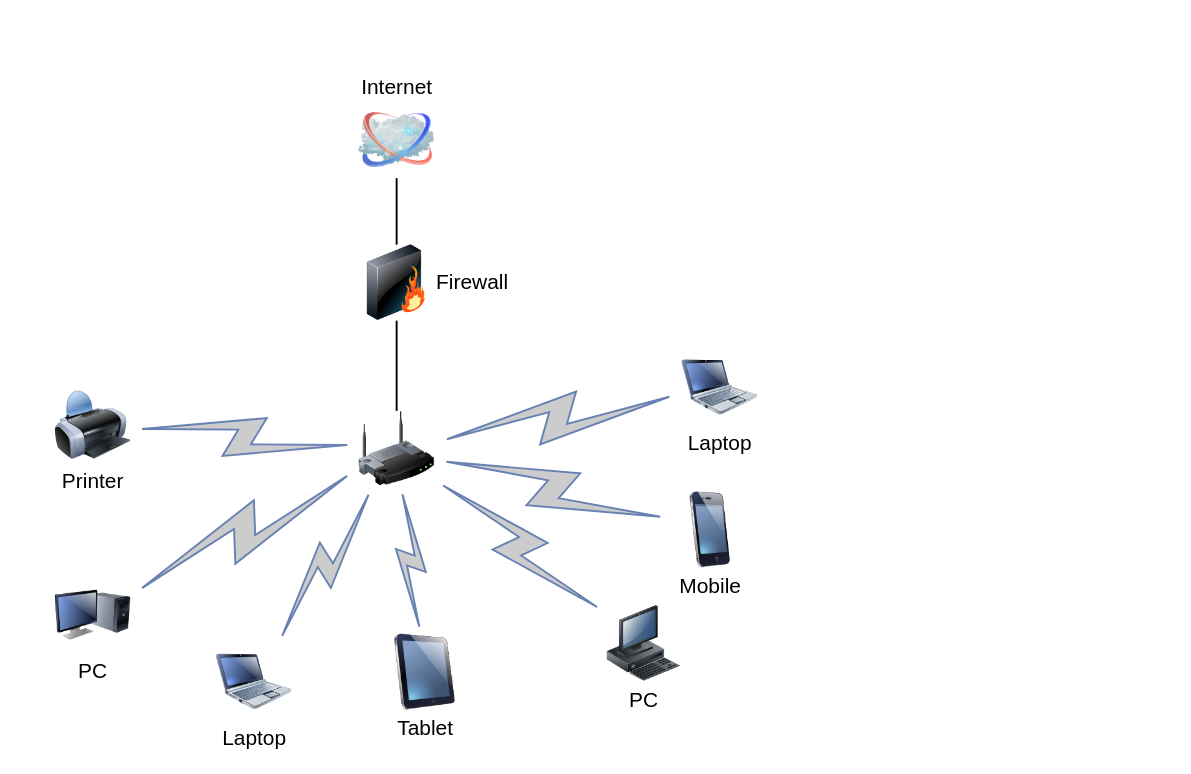
This is Diagrama sem nome.drawio from isaque1309/Isaquee7, a draw.io file, before an edit. Source tidied: cells renumbered, new cells numbered last; positions are measured from the earlier drawing's top-left corner, leaving out a move shared by most shapes. Both pictures are drawn from the tidied source at 95%, with x=0, y=0 at pixel (54, 102).
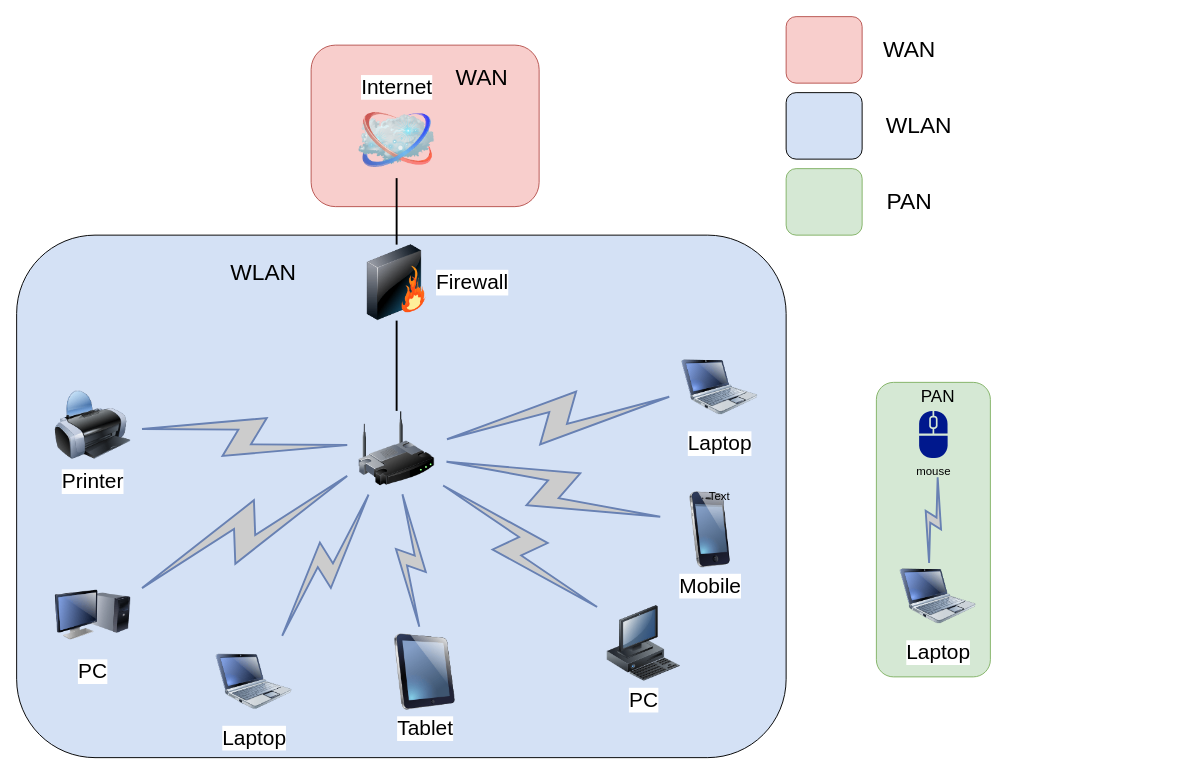
Above is the later version.

Commit message:
diagrama domestico

What changed in the source:
```diff
@@
+    <mxCell id="21" style="rounded=1;whiteSpace=wrap;html=1;fillColor=#d5e8d4;strokeColor=#82b366;" parent="1" vertex="1">
+      <mxGeometry x="865" y="295" width="120" height="310" as="geometry" />
+    </mxCell>
+    <mxCell id="22" style="rounded=1;whiteSpace=wrap;html=1;fillColor=#f8cecc;strokeColor=#b85450;" parent="1" vertex="1">
+      <mxGeometry x="270" y="-60" width="240" height="170" as="geometry" />
+    </mxCell>
+    <mxCell id="23" style="rounded=1;whiteSpace=wrap;html=1;fillColor=light-dark(#D4E1F5,var(--ge-dark-color, #121212));" parent="1" vertex="1">
+      <mxGeometry x="-40" y="140" width="810" height="550" as="geometry" />
+    </mxCell>
@@
+    <mxCell id="24" value="mouse&lt;div&gt;&lt;br&gt;&lt;/div&gt;" style="sketch=0;shadow=0;dashed=0;html=1;strokeColor=none;labelPosition=center;verticalLabelPosition=bottom;verticalAlign=top;align=center;fillColor=#00188D;shape=mxgraph.mscae.enterprise.mouse;" parent="1" vertex="1">
+      <mxGeometry x="910" y="325" width="30" height="50" as="geometry" />
+    </mxCell>
+    <mxCell id="25" value="Text" style="text;html=1;align=center;verticalAlign=middle;whiteSpace=wrap;rounded=0;" parent="1" vertex="1">
+      <mxGeometry x="670" y="400" width="60" height="30" as="geometry" />
+    </mxCell>
+    <mxCell id="26" value="&lt;font style=&quot;font-size: 24px;&quot;&gt;WLAN&lt;/font&gt;" style="text;html=1;align=center;verticalAlign=middle;whiteSpace=wrap;rounded=0;" parent="1" vertex="1">
+      <mxGeometry x="170" y="160" width="100" height="40" as="geometry" />
+    </mxCell>
+    <mxCell id="27" value="&lt;font style=&quot;font-size: 24px;&quot;&gt;WAN&lt;/font&gt;" style="text;html=1;align=center;verticalAlign=middle;whiteSpace=wrap;rounded=0;" parent="1" vertex="1">
+      <mxGeometry x="420" y="-40" width="60" height="30" as="geometry" />
+    </mxCell>
+    <mxCell id="28" value="Laptop" style="image;html=1;labelBackgroundColor=#ffffff;image=img/lib/clip_art/computers/Netbook_128x128.png;rounded=1;shadow=0;comic=0;strokeColor=#000000;strokeWidth=2;fillColor=#FFFFFF;fontSize=22;fontColor=#000000;" parent="1" vertex="1">
+      <mxGeometry x="890" y="480" width="80" height="80" as="geometry" />
+    </mxCell>
+    <mxCell id="29" style="html=1;fillColor=#CCCCCC;strokeColor=#6881B3;gradientColor=none;gradientDirection=north;strokeWidth=2;shape=mxgraph.networks.comm_link_edge;html=1;labelBackgroundColor=none;endArrow=none;fontFamily=Verdana;fontSize=22;fontColor=#000000;" parent="1" edge="1">
+      <mxGeometry relative="1" as="geometry">
+        <mxPoint x="930" y="390" as="sourcePoint" />
+        <mxPoint x="920" y="490" as="targetPoint" />
+        <Array as="points">
+          <mxPoint x="1160" y="462" />
+        </Array>
+      </mxGeometry>
+    </mxCell>
+    <mxCell id="30" value="&lt;font style=&quot;font-size: 18px;&quot;&gt;PAN&lt;/font&gt;" style="text;html=1;align=center;verticalAlign=middle;whiteSpace=wrap;rounded=0;" parent="1" vertex="1">
+      <mxGeometry x="900" y="295" width="60" height="30" as="geometry" />
+    </mxCell>
+    <mxCell id="31" style="rounded=1;whiteSpace=wrap;html=1;fillColor=#f8cecc;strokeColor=#b85450;" parent="1" vertex="1">
+      <mxGeometry x="770" y="-90" width="80" height="70" as="geometry" />
+    </mxCell>
+    <mxCell id="32" style="rounded=1;whiteSpace=wrap;html=1;fillColor=light-dark(#D4E1F5,var(--ge-dark-color, #121212));" parent="1" vertex="1">
+      <mxGeometry x="770" y="-10" width="80" height="70" as="geometry" />
+    </mxCell>
+    <mxCell id="33" style="rounded=1;whiteSpace=wrap;html=1;fillColor=#d5e8d4;strokeColor=#82b366;" parent="1" vertex="1">
+      <mxGeometry x="770" y="70" width="80" height="70" as="geometry" />
+    </mxCell>
+    <mxCell id="34" value="&lt;font style=&quot;font-size: 24px;&quot;&gt;WAN&lt;/font&gt;" style="text;html=1;align=center;verticalAlign=middle;whiteSpace=wrap;rounded=0;" parent="1" vertex="1">
+      <mxGeometry x="880" y="-70" width="40" height="30" as="geometry" />
+    </mxCell>
+    <mxCell id="35" value="&lt;font style=&quot;font-size: 24px;&quot;&gt;WLAN&lt;/font&gt;" style="text;html=1;align=center;verticalAlign=middle;whiteSpace=wrap;rounded=0;" parent="1" vertex="1">
+      <mxGeometry x="890" y="10" width="40" height="30" as="geometry" />
+    </mxCell>
+    <mxCell id="36" value="&lt;font style=&quot;font-size: 24px;&quot;&gt;PAN&lt;/font&gt;" style="text;html=1;align=center;verticalAlign=middle;whiteSpace=wrap;rounded=0;" parent="1" vertex="1">
+      <mxGeometry x="880" y="90" width="40" height="30" as="geometry" />
+    </mxCell>
```
